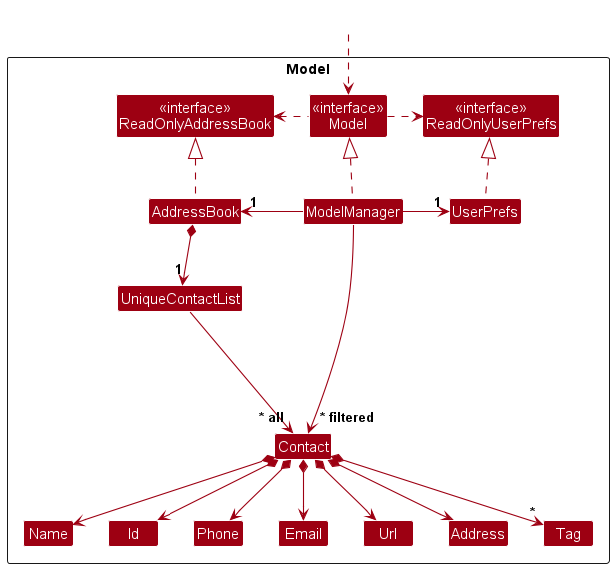
wxwern/cs2103t-tp keeps this PlantUML diagram as docs/images/ModelClassDiagram.png. Above is the earlier version.
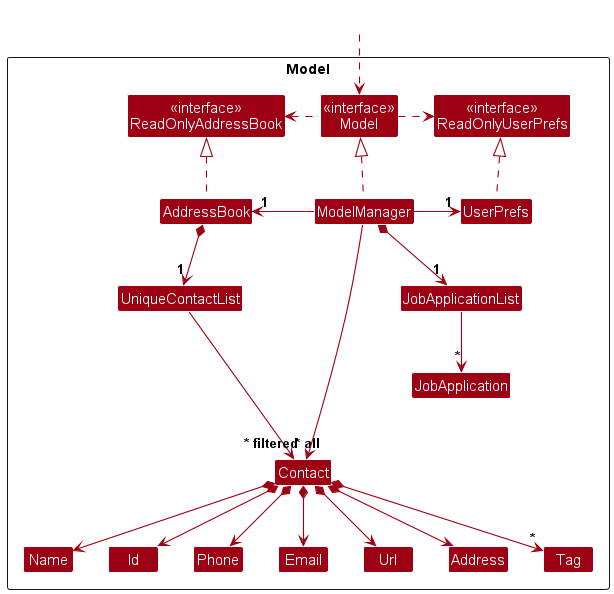
After the commit.

Diff of the diagram source:
```diff
@@ -21,6 +21,9 @@
 Class Url
 Class Phone
 Class Tag
+
+Class JobApplicationList
+Class JobApplication
 
 Class I #FFFFFF
 }
@@ -47,6 +50,9 @@
 Contact *--> Address
 Contact *--> "*" Tag
 
+ModelManager *-down-> "1" JobApplicationList
+JobApplicationList -down-> "*" JobApplication
+
 Contact -[hidden]up--> I
 UniqueContactList -[hidden]right-> I
 
```
